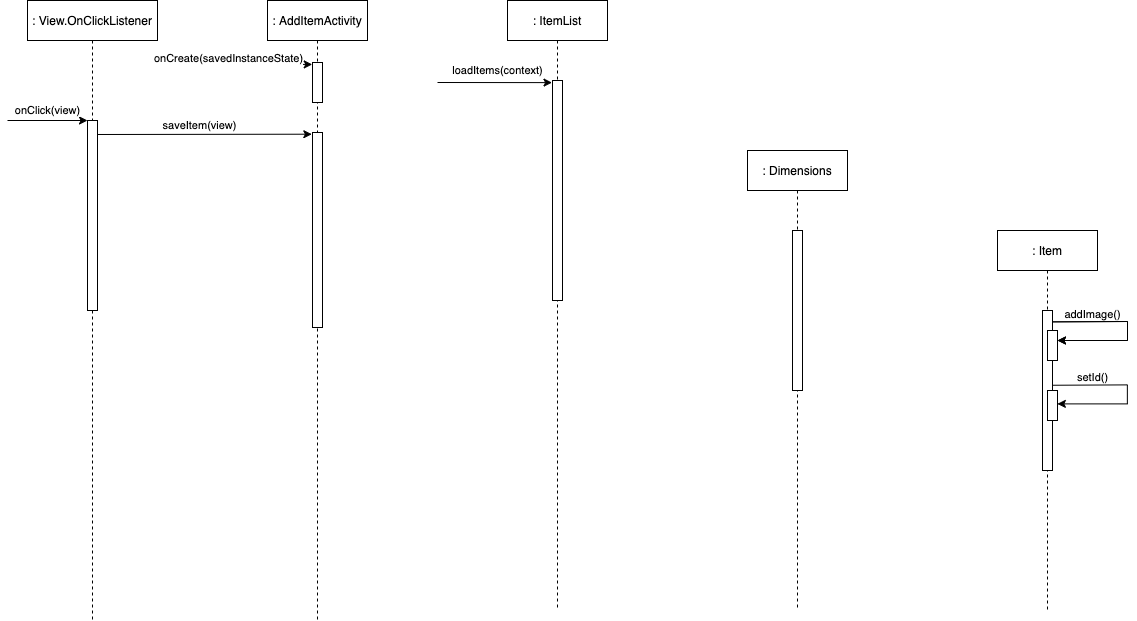
The draw.io diagram Sequence Diagrams/ApplicationBorrowedTemplateSequenceDiagram.png in smitbmx/Architecture-Diagrams, before a commit. Source tidied: cells renumbered, new cells last; positions are measured from the earlier drawing's top-left corner, leaving out a move shared by most shapes.
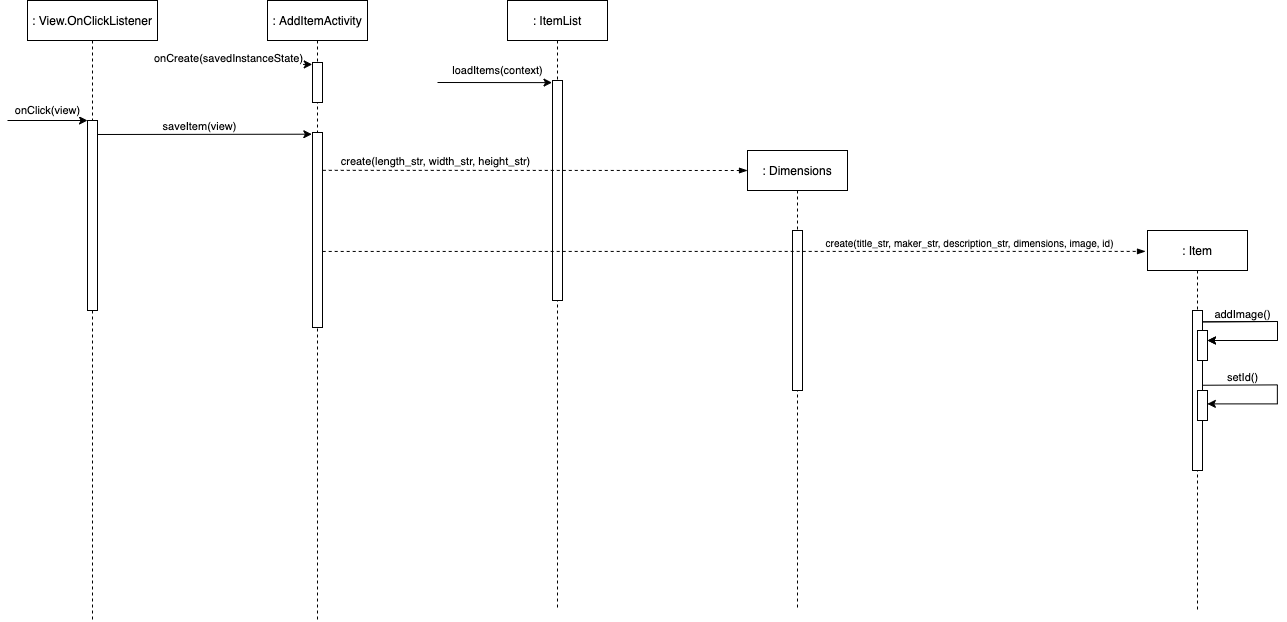
Above is the later version.

The edit, as a diff of the source:
```diff
@@ -15,10 +15,10 @@
     </mxCell>
     <mxCell id="4" style="endArrow=classic;html=1;exitX=1.014;exitY=0.071;exitDx=0;exitDy=0;exitPerimeter=0;rounded=0;" parent="1" edge="1" source="16">
       <mxGeometry relative="1" as="geometry">
-        <mxPoint x="1050" y="340" as="targetPoint" />
+        <mxPoint x="1200" y="340" as="targetPoint" />
         <Array as="points">
-          <mxPoint x="1120" y="321" />
-          <mxPoint x="1120" y="340" />
+          <mxPoint x="1270" y="321" />
+          <mxPoint x="1270" y="340" />
         </Array>
       </mxGeometry>
     </mxCell>
@@ -55,7 +55,7 @@
       <mxGeometry x="45" y="80" width="10" height="160" as="geometry" />
     </mxCell>
     <mxCell id="15" value=": Item" style="shape=umlLifeline;perimeter=lifelinePerimeter;rounded=0;shadow=0;strokeWidth=1;" parent="1" vertex="1">
-      <mxGeometry x="990" y="230" width="100" height="380" as="geometry" />
+      <mxGeometry x="1140" y="230" width="100" height="380" as="geometry" />
     </mxCell>
     <mxCell id="16" style="points=[];perimeter=orthogonalPerimeter;rounded=0;shadow=0;strokeWidth=1;" parent="15" vertex="1">
       <mxGeometry x="45" y="80" width="10" height="160" as="geometry" />
@@ -64,13 +64,13 @@
       <mxGeometry x="50" y="160" width="10" height="30" as="geometry" />
     </mxCell>
     <mxCell id="18" style="points=[];perimeter=orthogonalPerimeter;rounded=0;shadow=0;strokeWidth=1;" parent="1" vertex="1">
-      <mxGeometry x="1040" y="330" width="10" height="30" as="geometry" />
+      <mxGeometry x="1190" y="330" width="10" height="30" as="geometry" />
     </mxCell>
     <mxCell id="19" style="endArrow=classic;html=1;exitX=1.014;exitY=0.071;exitDx=0;exitDy=0;exitPerimeter=0;rounded=0;" parent="1" edge="1" source="16" target="18">
       <mxGeometry relative="1" as="geometry">
         <Array as="points">
-          <mxPoint x="1120" y="321" />
-          <mxPoint x="1120" y="340" />
+          <mxPoint x="1270" y="321" />
+          <mxPoint x="1270" y="340" />
         </Array>
       </mxGeometry>
     </mxCell>
@@ -81,11 +81,11 @@
     </mxCell>
     <mxCell id="21" style="endArrow=classic;html=1;exitX=1.014;exitY=0.071;exitDx=0;exitDy=0;exitPerimeter=0;rounded=0;" parent="1" edge="1">
       <mxGeometry relative="1" as="geometry">
-        <mxPoint x="1045" y="384.8" as="sourcePoint" />
-        <mxPoint x="1049.9" y="403.4" as="targetPoint" />
+        <mxPoint x="1195" y="384.8" as="sourcePoint" />
+        <mxPoint x="1199.9" y="403.4" as="targetPoint" />
         <Array as="points">
-          <mxPoint x="1119.9" y="384.4" />
-          <mxPoint x="1119.9" y="403.4" />
+          <mxPoint x="1269.9" y="384.4" />
+          <mxPoint x="1269.9" y="403.4" />
         </Array>
       </mxGeometry>
     </mxCell>
@@ -116,5 +116,23 @@
         <mxPoint x="544.5" y="82.1" as="targetPoint" />
       </mxGeometry>
     </mxCell>
+    <mxCell id="27" style="endArrow=blockThin;dashed=1;html=1;endFill=1;entryX=-0.02;entryY=0.055;entryDx=0;entryDy=0;entryPerimeter=0;exitX=1.02;exitY=0.61;exitDx=0;exitDy=0;exitPerimeter=0;" parent="1" edge="1" source="10" target="15">
+      <mxGeometry relative="1" as="geometry" />
+    </mxCell>
+    <mxCell id="28" value="create(title_str, maker_str, description_str, dimensions, image, id)" style="edgeLabel;html=1;align=center;verticalAlign=middle;fontSize=10;" parent="27" vertex="1">
+      <mxGeometry x="0.34" y="1" relative="1" as="geometry">
+        <mxPoint x="95" y="-9" as="offset" />
+      </mxGeometry>
+    </mxCell>
+    <mxCell id="29" style="endArrow=blockThin;dashed=1;html=1;endFill=1;exitX=1.028;exitY=0.194;exitDx=0;exitDy=0;exitPerimeter=0;" parent="1" edge="1" source="10">
+      <mxGeometry relative="1" as="geometry">
+        <mxPoint x="740" y="170" as="targetPoint" />
+      </mxGeometry>
+    </mxCell>
+    <mxCell id="30" value="create(length_str, width_str, height_str)" style="edgeLabel;html=1;align=center;verticalAlign=middle;" parent="29" vertex="1">
+      <mxGeometry x="0.34" y="1" relative="1" as="geometry">
+        <mxPoint x="-172" y="-9" as="offset" />
+      </mxGeometry>
+    </mxCell>
   </root>
 </mxGraphModel>
```
